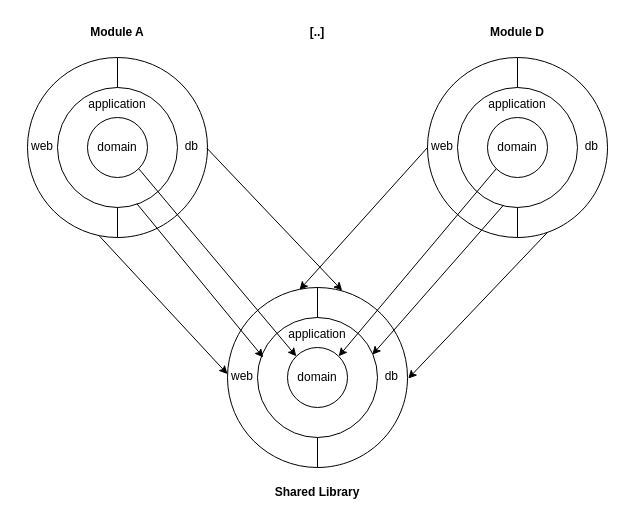
Earlier version of the draw.io diagram docs/diagrams/structure-02-library.drawio (ergon/arciphant). Source tidied: cells renumbered, new cells numbered last; positions are measured from the earlier drawing's top-left corner, leaving out a move shared by most shapes. Both pictures are drawn from the tidied source at 100%, with x=0, y=0 at pixel (17, 17).
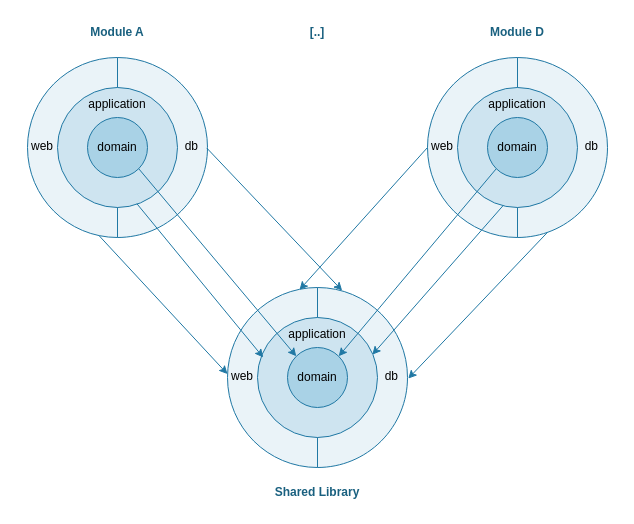
After the change.

Unchanged cells that the change refers to:
```xml
<mxCell id="11" style="group;" parent="1" vertex="1">
  <mxGeometry x="410" y="40" width="180" height="180" as="geometry" />
</mxCell>
<mxCell id="16" style="group;" parent="1" vertex="1">
  <mxGeometry x="210" y="270" width="180" height="180" as="geometry" />
</mxCell>
```

Diff of the diagram source:
```diff
@@
-    <mxCell id="2" style="rounded=0;whiteSpace=wrap;html=1;strokeColor=none;fillColor=none;" parent="1" vertex="1">
+    <mxCell id="2" style="rounded=0;whiteSpace=wrap;html=1;strokeColor=none;fillColor=none;fontColor=light-dark(#19607F,#93C3DB);" parent="1" vertex="1">
       <mxGeometry width="600" height="490" as="geometry" />
     </mxCell>
-    <mxCell id="3" value="&lt;b&gt;Module A&lt;/b&gt;" style="rounded=0;whiteSpace=wrap;html=1;strokeColor=none;fillColor=none;" parent="1" vertex="1">
+    <mxCell id="3" value="&lt;b&gt;Module A&lt;/b&gt;" style="rounded=0;whiteSpace=wrap;html=1;strokeColor=none;fillColor=none;fontColor=light-dark(#19607F,#93C3DB);" parent="1" vertex="1">
       <mxGeometry x="10" width="180" height="30" as="geometry" />
     </mxCell>
-    <mxCell id="4" value="&lt;b&gt;[..]&lt;/b&gt;" style="rounded=0;whiteSpace=wrap;html=1;strokeColor=none;fillColor=none;" parent="1" vertex="1">
+    <mxCell id="4" value="&lt;b&gt;[..]&lt;/b&gt;" style="rounded=0;whiteSpace=wrap;html=1;strokeColor=none;fillColor=none;fontColor=light-dark(#19607F,#93C3DB);" parent="1" vertex="1">
       <mxGeometry x="210" width="180" height="30" as="geometry" />
     </mxCell>
-    <mxCell id="5" value="&lt;b&gt;Module D&lt;/b&gt;" style="rounded=0;whiteSpace=wrap;html=1;strokeColor=none;fillColor=none;" parent="1" vertex="1">
+    <mxCell id="5" value="&lt;b&gt;Module D&lt;/b&gt;" style="rounded=0;whiteSpace=wrap;html=1;strokeColor=none;fillColor=none;fontColor=light-dark(#19607F,#93C3DB);" parent="1" vertex="1">
       <mxGeometry x="410" width="180" height="30" as="geometry" />
     </mxCell>
-    <mxCell id="6" value="Shared Library" style="rounded=0;whiteSpace=wrap;html=1;strokeColor=none;fontStyle=1;fillColor=none;" parent="1" vertex="1">
+    <mxCell id="6" value="Shared Library" style="rounded=0;whiteSpace=wrap;html=1;strokeColor=none;fontStyle=1;fillColor=none;fontColor=light-dark(#19607F,#93C3DB);" parent="1" vertex="1">
       <mxGeometry x="210" y="460" width="180" height="30" as="geometry" />
     </mxCell>
-    <mxCell id="7" value="web" style="verticalLabelPosition=bottom;verticalAlign=top;html=1;shape=mxgraph.basic.pie;startAngle=0.5;endAngle=1;align=left;spacingLeft=2;spacingBottom=0;spacingTop=-105;" parent="1" vertex="1">
+    <mxCell id="7" value="web" style="verticalLabelPosition=bottom;verticalAlign=top;html=1;shape=mxgraph.basic.pie;startAngle=0.5;endAngle=1;align=left;spacingLeft=2;spacingBottom=0;spacingTop=-105;fillColor=light-dark(#EAF3F8,#12303E);strokeColor=light-dark(#2078A4,#7FB5D1);" parent="1" vertex="1">
       <mxGeometry x="10" y="40" width="180" height="180" as="geometry" />
     </mxCell>
-    <mxCell id="8" value="db" style="verticalLabelPosition=bottom;verticalAlign=top;html=1;shape=mxgraph.basic.pie;startAngle=0;endAngle=0.5;align=right;spacingTop=-105;spacingRight=8;" parent="1" vertex="1">
+    <mxCell id="8" value="db" style="verticalLabelPosition=bottom;verticalAlign=top;html=1;shape=mxgraph.basic.pie;startAngle=0;endAngle=0.5;align=right;spacingTop=-105;spacingRight=8;fillColor=light-dark(#EAF3F8,#12303E);strokeColor=light-dark(#2078A4,#7FB5D1);" parent="1" vertex="1">
       <mxGeometry x="10" y="40" width="180" height="180" as="geometry" />
     </mxCell>
-    <mxCell id="9" value="application" style="ellipse;whiteSpace=wrap;html=1;verticalAlign=top;spacingTop=3;" parent="1" vertex="1">
+    <mxCell id="9" value="application" style="ellipse;whiteSpace=wrap;html=1;verticalAlign=top;spacingTop=3;fillColor=light-dark(#CEE4F0,#1B4358);strokeColor=light-dark(#2078A4,#7FB5D1);" parent="1" vertex="1">
       <mxGeometry x="40" y="70" width="120" height="120" as="geometry" />
     </mxCell>
-    <mxCell id="10" value="domain" style="ellipse;whiteSpace=wrap;html=1;" parent="1" vertex="1">
+    <mxCell id="10" value="domain" style="ellipse;whiteSpace=wrap;html=1;fillColor=light-dark(#A9D2E6,#2A6A8C);strokeColor=light-dark(#2078A4,#7FB5D1);" parent="1" vertex="1">
       <mxGeometry x="70" y="100" width="60" height="60" as="geometry" />
     </mxCell>
@@
-    <mxCell id="12" value="web" style="verticalLabelPosition=bottom;verticalAlign=top;html=1;shape=mxgraph.basic.pie;startAngle=0.5;endAngle=1;align=left;spacingLeft=2;spacingBottom=0;spacingTop=-105;" parent="11" vertex="1">
+    <mxCell id="12" value="web" style="verticalLabelPosition=bottom;verticalAlign=top;html=1;shape=mxgraph.basic.pie;startAngle=0.5;endAngle=1;align=left;spacingLeft=2;spacingBottom=0;spacingTop=-105;fillColor=light-dark(#EAF3F8,#12303E);strokeColor=light-dark(#2078A4,#7FB5D1);" parent="11" vertex="1">
       <mxGeometry width="180" height="180" as="geometry" />
     </mxCell>
-    <mxCell id="13" value="db" style="verticalLabelPosition=bottom;verticalAlign=top;html=1;shape=mxgraph.basic.pie;startAngle=0;endAngle=0.5;align=right;spacingTop=-105;spacingRight=8;" parent="11" vertex="1">
+    <mxCell id="13" value="db" style="verticalLabelPosition=bottom;verticalAlign=top;html=1;shape=mxgraph.basic.pie;startAngle=0;endAngle=0.5;align=right;spacingTop=-105;spacingRight=8;fillColor=light-dark(#EAF3F8,#12303E);strokeColor=light-dark(#2078A4,#7FB5D1);" parent="11" vertex="1">
       <mxGeometry width="180" height="180" as="geometry" />
     </mxCell>
-    <mxCell id="14" value="application" style="ellipse;whiteSpace=wrap;html=1;verticalAlign=top;spacingTop=3;" parent="11" vertex="1">
+    <mxCell id="14" value="application" style="ellipse;whiteSpace=wrap;html=1;verticalAlign=top;spacingTop=3;fillColor=light-dark(#CEE4F0,#1B4358);strokeColor=light-dark(#2078A4,#7FB5D1);" parent="11" vertex="1">
       <mxGeometry x="30" y="30" width="120" height="120" as="geometry" />
     </mxCell>
-    <mxCell id="15" value="domain" style="ellipse;whiteSpace=wrap;html=1;" parent="11" vertex="1">
+    <mxCell id="15" value="domain" style="ellipse;whiteSpace=wrap;html=1;fillColor=light-dark(#A9D2E6,#2A6A8C);strokeColor=light-dark(#2078A4,#7FB5D1);" parent="11" vertex="1">
       <mxGeometry x="60" y="60" width="60" height="60" as="geometry" />
     </mxCell>
@@
-    <mxCell id="17" value="web" style="verticalLabelPosition=bottom;verticalAlign=top;html=1;shape=mxgraph.basic.pie;startAngle=0.5;endAngle=1;align=left;spacingLeft=2;spacingBottom=0;spacingTop=-105;" parent="16" vertex="1">
+    <mxCell id="17" value="web" style="verticalLabelPosition=bottom;verticalAlign=top;html=1;shape=mxgraph.basic.pie;startAngle=0.5;endAngle=1;align=left;spacingLeft=2;spacingBottom=0;spacingTop=-105;fillColor=light-dark(#EAF3F8,#12303E);strokeColor=light-dark(#2078A4,#7FB5D1);" parent="16" vertex="1">
       <mxGeometry width="180" height="180" as="geometry" />
     </mxCell>
-    <mxCell id="18" value="db" style="verticalLabelPosition=bottom;verticalAlign=top;html=1;shape=mxgraph.basic.pie;startAngle=0;endAngle=0.5;align=right;spacingTop=-105;spacingRight=8;" parent="16" vertex="1">
+    <mxCell id="18" value="db" style="verticalLabelPosition=bottom;verticalAlign=top;html=1;shape=mxgraph.basic.pie;startAngle=0;endAngle=0.5;align=right;spacingTop=-105;spacingRight=8;fillColor=light-dark(#EAF3F8,#12303E);strokeColor=light-dark(#2078A4,#7FB5D1);" parent="16" vertex="1">
       <mxGeometry width="180" height="180" as="geometry" />
     </mxCell>
-    <mxCell id="19" value="application" style="ellipse;whiteSpace=wrap;html=1;verticalAlign=top;spacingTop=3;" parent="16" vertex="1">
+    <mxCell id="19" value="application" style="ellipse;whiteSpace=wrap;html=1;verticalAlign=top;spacingTop=3;fillColor=light-dark(#CEE4F0,#1B4358);strokeColor=light-dark(#2078A4,#7FB5D1);" parent="16" vertex="1">
       <mxGeometry x="30" y="30" width="120" height="120" as="geometry" />
     </mxCell>
-    <mxCell id="20" value="domain" style="ellipse;whiteSpace=wrap;html=1;" parent="16" vertex="1">
+    <mxCell id="20" value="domain" style="ellipse;whiteSpace=wrap;html=1;fillColor=light-dark(#A9D2E6,#2A6A8C);strokeColor=light-dark(#2078A4,#7FB5D1);" parent="16" vertex="1">
       <mxGeometry x="60" y="60" width="60" height="60" as="geometry" />
     </mxCell>
-    <mxCell id="21" style="endArrow=classic;html=1;rounded=0;entryX=0;entryY=0;entryDx=0;entryDy=0;exitX=1;exitY=1;exitDx=0;exitDy=0;" parent="1" edge="1" source="10" target="20">
+    <mxCell id="21" style="endArrow=classic;html=1;rounded=0;entryX=0;entryY=0;entryDx=0;entryDy=0;exitX=1;exitY=1;exitDx=0;exitDy=0;strokeColor=light-dark(#2078A4,#7FB5D1);" parent="1" edge="1" source="10" target="20">
       <mxGeometry relative="1" as="geometry" />
     </mxCell>
-    <mxCell id="22" style="endArrow=classic;html=1;rounded=0;entryX=1;entryY=0;entryDx=0;entryDy=0;exitX=0;exitY=1;exitDx=0;exitDy=0;" parent="1" edge="1" source="15" target="20">
+    <mxCell id="22" style="endArrow=classic;html=1;rounded=0;entryX=1;entryY=0;entryDx=0;entryDy=0;exitX=0;exitY=1;exitDx=0;exitDy=0;strokeColor=light-dark(#2078A4,#7FB5D1);" parent="1" edge="1" source="15" target="20">
       <mxGeometry relative="1" as="geometry" />
     </mxCell>
-    <mxCell id="23" style="endArrow=classic;html=1;rounded=0;exitX=0.995;exitY=0.502;exitDx=0;exitDy=0;exitPerimeter=0;entryX=0.637;entryY=0.017;entryDx=0;entryDy=0;entryPerimeter=0;" parent="1" edge="1" source="8" target="18">
+    <mxCell id="23" style="endArrow=classic;html=1;rounded=0;exitX=0.995;exitY=0.502;exitDx=0;exitDy=0;exitPerimeter=0;entryX=0.637;entryY=0.017;entryDx=0;entryDy=0;entryPerimeter=0;strokeColor=light-dark(#2078A4,#7FB5D1);" parent="1" edge="1" source="8" target="18">
       <mxGeometry relative="1" as="geometry" />
     </mxCell>
-    <mxCell id="24" style="endArrow=classic;html=1;rounded=0;entryX=0.4;entryY=0.013;entryDx=0;entryDy=0;entryPerimeter=0;" parent="1" edge="1" target="17">
+    <mxCell id="24" style="endArrow=classic;html=1;rounded=0;entryX=0.4;entryY=0.013;entryDx=0;entryDy=0;entryPerimeter=0;strokeColor=light-dark(#2078A4,#7FB5D1);" parent="1" edge="1" target="17">
       <mxGeometry relative="1" as="geometry">
         <mxPoint x="410" y="130" as="sourcePoint" />
       </mxGeometry>
     </mxCell>
-    <mxCell id="25" style="endArrow=classic;html=1;rounded=0;entryX=0;entryY=0.481;entryDx=0;entryDy=0;entryPerimeter=0;exitX=0.396;exitY=0.988;exitDx=0;exitDy=0;exitPerimeter=0;" parent="1" edge="1" source="7" target="17">
+    <mxCell id="25" style="endArrow=classic;html=1;rounded=0;entryX=0;entryY=0.481;entryDx=0;entryDy=0;entryPerimeter=0;exitX=0.396;exitY=0.988;exitDx=0;exitDy=0;exitPerimeter=0;strokeColor=light-dark(#2078A4,#7FB5D1);" parent="1" edge="1" source="7" target="17">
       <mxGeometry relative="1" as="geometry" />
     </mxCell>
-    <mxCell id="26" style="endArrow=classic;html=1;rounded=0;entryX=1.004;entryY=0.506;entryDx=0;entryDy=0;exitX=0.667;exitY=0.971;exitDx=0;exitDy=0;exitPerimeter=0;entryPerimeter=0;" parent="1" edge="1" source="13" target="18">
+    <mxCell id="26" style="endArrow=classic;html=1;rounded=0;entryX=1.004;entryY=0.506;entryDx=0;entryDy=0;exitX=0.667;exitY=0.971;exitDx=0;exitDy=0;exitPerimeter=0;entryPerimeter=0;strokeColor=light-dark(#2078A4,#7FB5D1);" parent="1" edge="1" source="13" target="18">
       <mxGeometry relative="1" as="geometry" />
     </mxCell>
-    <mxCell id="27" style="endArrow=classic;html=1;rounded=0;entryX=0.048;entryY=0.333;entryDx=0;entryDy=0;exitX=0.662;exitY=0.969;exitDx=0;exitDy=0;exitPerimeter=0;entryPerimeter=0;" parent="1" edge="1" source="9" target="19">
+    <mxCell id="27" style="endArrow=classic;html=1;rounded=0;entryX=0.048;entryY=0.333;entryDx=0;entryDy=0;exitX=0.662;exitY=0.969;exitDx=0;exitDy=0;exitPerimeter=0;entryPerimeter=0;strokeColor=light-dark(#2078A4,#7FB5D1);" parent="1" edge="1" source="9" target="19">
       <mxGeometry relative="1" as="geometry" />
     </mxCell>
-    <mxCell id="28" style="endArrow=classic;html=1;rounded=0;entryX=0.957;entryY=0.31;entryDx=0;entryDy=0;exitX=0.381;exitY=0.983;exitDx=0;exitDy=0;exitPerimeter=0;entryPerimeter=0;" parent="1" edge="1" source="14" target="19">
+    <mxCell id="28" style="endArrow=classic;html=1;rounded=0;entryX=0.957;entryY=0.31;entryDx=0;entryDy=0;exitX=0.381;exitY=0.983;exitDx=0;exitDy=0;exitPerimeter=0;entryPerimeter=0;strokeColor=light-dark(#2078A4,#7FB5D1);" parent="1" edge="1" source="14" target="19">
       <mxGeometry relative="1" as="geometry" />
     </mxCell>
```
